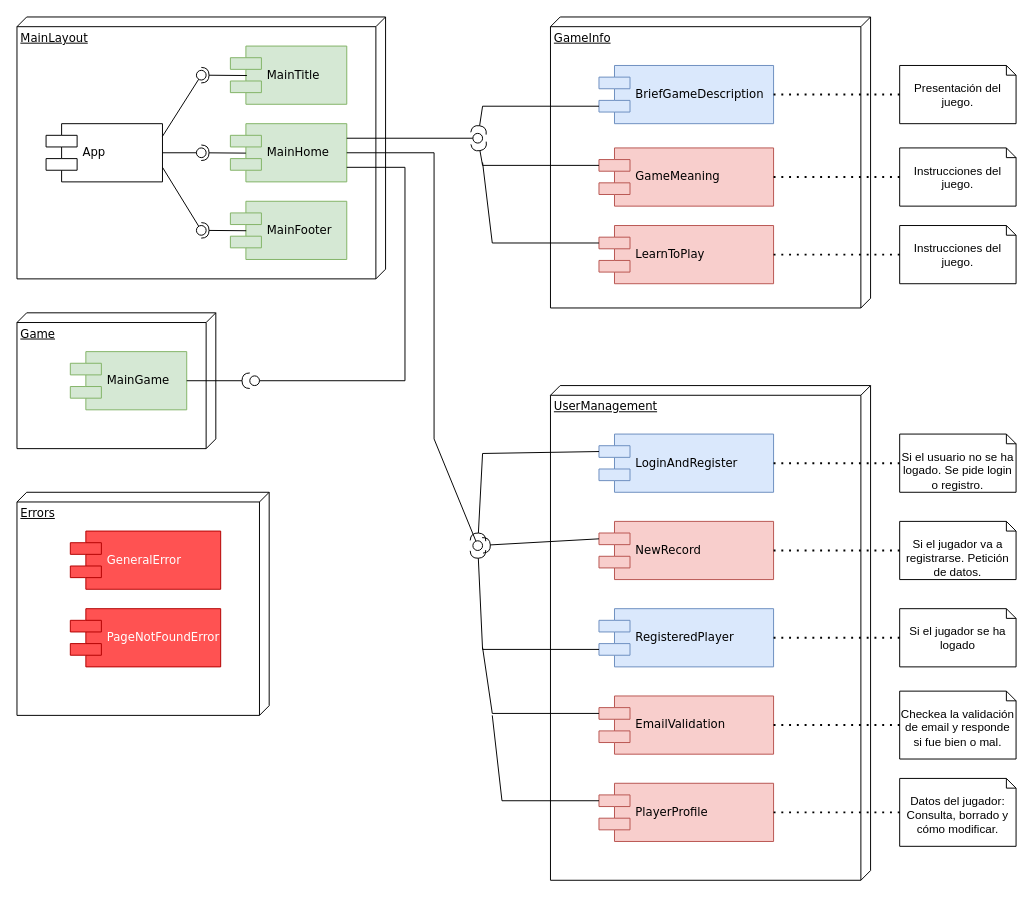
This is docs/componentDiagram.drawio from qhcube/qhcube-front, a draw.io file, before an edit. Source tidied: cells renumbered, new cells numbered last; positions are measured from the earlier drawing's top-left corner, leaving out a move shared by most shapes. Both pictures are drawn from the tidied source at 97%, with x=0, y=0 at pixel (16, 16).
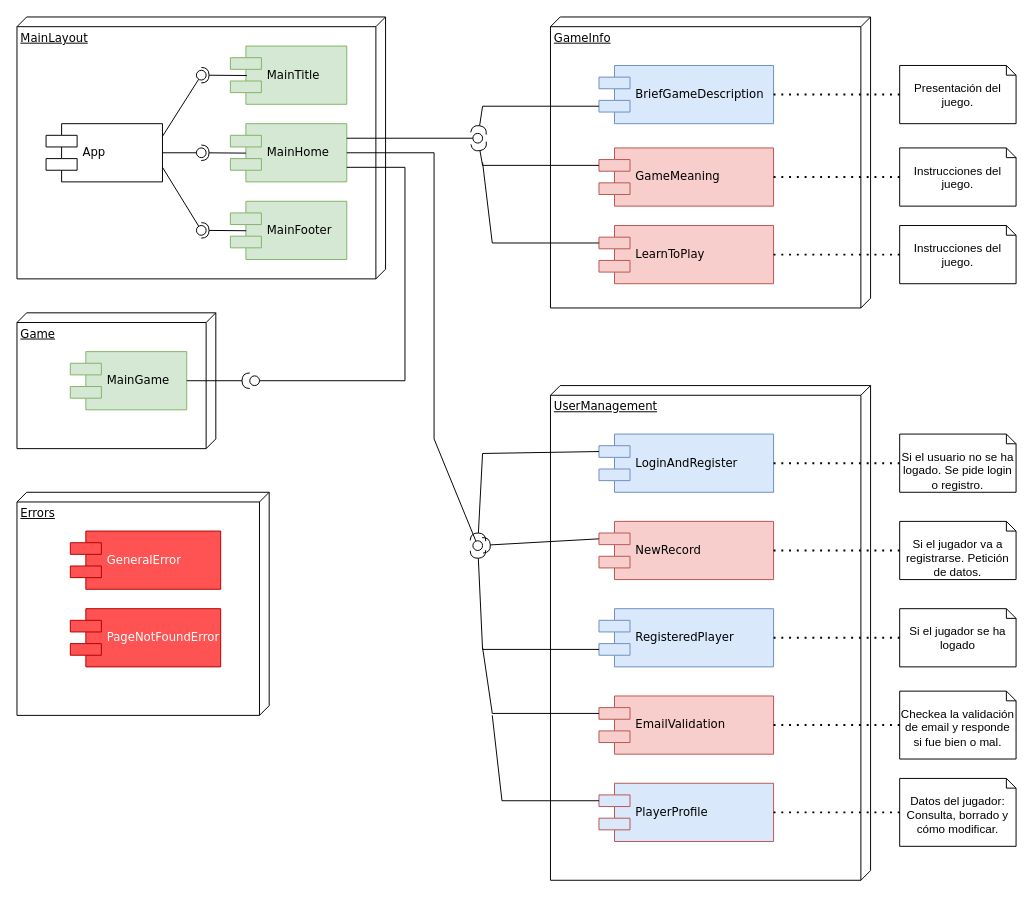
Above is the later version.

Commit message (it also covers changes not shown here):
Actualizado diagrama de componentes.

Diff of the diagram source:
```diff
@@
-    <mxCell id="60" value="PlayerProfile" style="shape=component;align=left;spacingLeft=36;rounded=0;shadow=0;comic=0;labelBackgroundColor=none;strokeWidth=1;fontFamily=Verdana;fontSize=12;html=1;snapToPoint=1;fillColor=#f8cecc;strokeColor=#b85450;" parent="1" vertex="1">
+    <mxCell id="60" value="PlayerProfile" style="shape=component;align=left;spacingLeft=36;rounded=0;shadow=0;comic=0;labelBackgroundColor=none;strokeWidth=1;fontFamily=Verdana;fontSize=12;html=1;snapToPoint=1;fillColor=#DAE8FC;strokeColor=#b85450;" parent="1" vertex="1">
       <mxGeometry x="600" y="790" width="180" height="60" as="geometry" />
     </mxCell>
```
